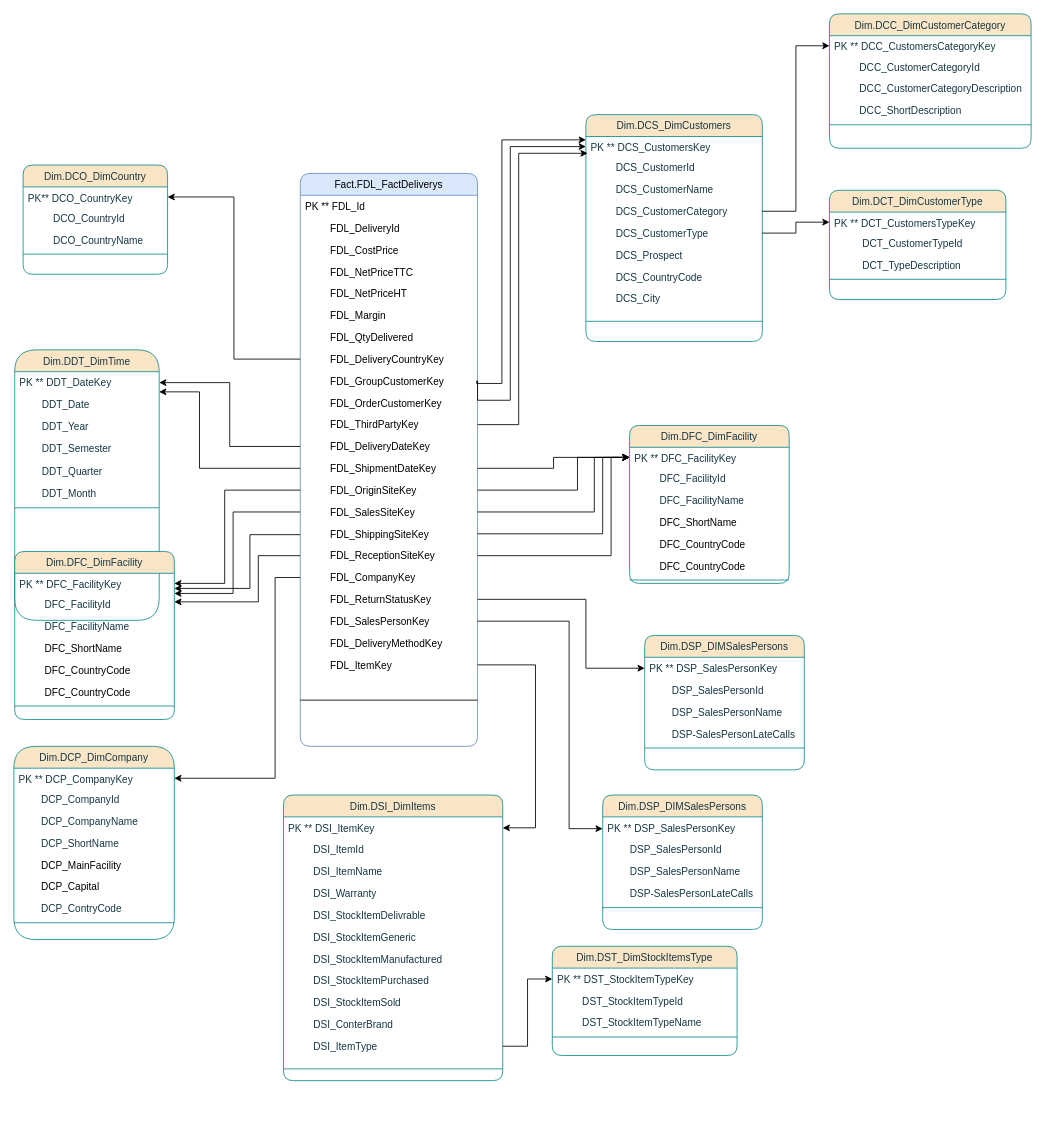
Earlier version of the draw.io diagram DataMart Delivery.drawio (BorchaniMohamed/BI_PROJECT_PFE). Source tidied: cells renumbered, new cells numbered last; positions are measured from the earlier drawing's top-left corner, leaving out a move shared by most shapes. Both pictures are drawn from the tidied source at 84%, with x=0, y=0 at pixel (13, 13).
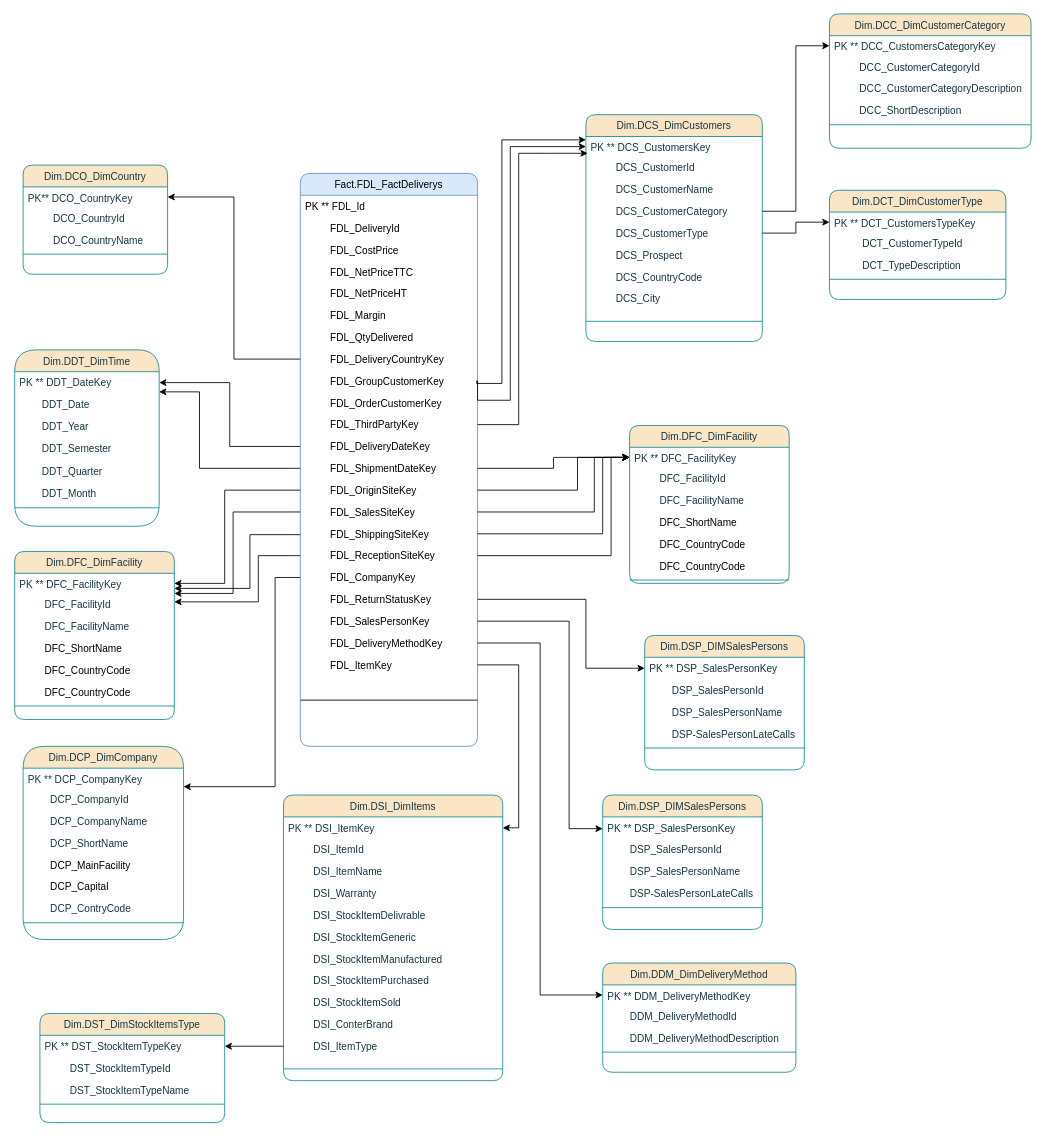
Above is the later version.

Commit message:
Mettre à jour DataMart Delivery.drawio

Unchanged cells that the change refers to:
```xml
<mxCell id="20" value="         FDL_CompanyKey&#10;  " style="text;align=left;verticalAlign=top;spacingLeft=4;spacingRight=4;overflow=hidden;points=[[0,0.5],[1,0.5]];portConstraint=eastwest;rounded=1;shadow=0;html=0;" parent="2" vertex="1">
  <mxGeometry y="468" width="211" height="26" as="geometry" />
</mxCell>
<mxCell id="23" value="         FDL_DeliveryMethodKey&#10;  " style="text;align=left;verticalAlign=top;spacingLeft=4;spacingRight=4;overflow=hidden;points=[[0,0.5],[1,0.5]];portConstraint=eastwest;rounded=1;shadow=0;html=0;" parent="2" vertex="1">
  <mxGeometry y="546" width="211" height="26" as="geometry" />
</mxCell>
<mxCell id="24" value="         FDL_ItemKey " style="text;align=left;verticalAlign=top;spacingLeft=4;spacingRight=4;overflow=hidden;points=[[0,0.5],[1,0.5]];portConstraint=eastwest;rounded=0;shadow=0;html=0;" parent="2" vertex="1">
  <mxGeometry y="572" width="211" height="26" as="geometry" />
</mxCell>
<mxCell id="49" value="PK ** DCP_CompanyKey&#10;" style="text;align=left;verticalAlign=top;spacingLeft=4;spacingRight=4;overflow=hidden;points=[[0,0.5],[1,0.5]];portConstraint=eastwest;labelBackgroundColor=none;fontColor=#143642;rounded=1;" parent="48" vertex="1">
  <mxGeometry y="26" width="191" height="24" as="geometry" />
</mxCell>
<mxCell id="59" value="PK ** DSI_ItemKey" style="text;align=left;verticalAlign=top;spacingLeft=4;spacingRight=4;overflow=hidden;points=[[0,0.5],[1,0.5]];portConstraint=eastwest;labelBackgroundColor=none;fontColor=#143642;rounded=1;" parent="58" vertex="1">
  <mxGeometry y="26" width="261" height="26" as="geometry" />
</mxCell>
```

What changed in the source:
```diff
@@
     <mxCell id="26" value="Dim.DDT_DimTime" style="swimlane;fontStyle=0;align=center;verticalAlign=top;horizontal=1;startSize=26;rounded=1;shadow=0;strokeWidth=1;fillColor=#FAE5C7;strokeColor=#0F8B8D;labelBackgroundColor=none;fontColor=#143642;arcSize=50;" parent="1" vertex="1">
-      <mxGeometry x="1" y="400" width="172" height="322" as="geometry" />
+      <mxGeometry x="1" y="400" width="172" height="210" as="geometry" />
     </mxCell>
@@
     <mxCell id="48" value="Dim.DCP_DimCompany" style="swimlane;fontStyle=0;align=center;verticalAlign=top;horizontal=1;startSize=26;rounded=1;shadow=0;strokeWidth=1;fillColor=#FAE5C7;strokeColor=#0F8B8D;labelBackgroundColor=none;fontColor=#143642;arcSize=40;" parent="1" vertex="1">
-      <mxGeometry y="872" width="191" height="230" as="geometry" />
+      <mxGeometry x="11" y="872" width="191" height="230" as="geometry" />
     </mxCell>
@@
     <mxCell id="57" style="edgeStyle=orthogonalEdgeStyle;rounded=0;jettySize=auto;html=1;" parent="1" edge="1" source="20" target="49">
       <mxGeometry relative="1" as="geometry">
         <Array as="points">
           <mxPoint x="311" y="671" />
-          <mxPoint x="311" y="910" />
+          <mxPoint x="311" y="920" />
         </Array>
       </mxGeometry>
     </mxCell>
@@
     <mxCell id="71" style="edgeStyle=orthogonalEdgeStyle;rounded=0;jettySize=auto;html=1;" parent="1" edge="1" source="24" target="59">
       <mxGeometry relative="1" as="geometry">
         <Array as="points">
-          <mxPoint x="621" y="775" />
-          <mxPoint x="621" y="969" />
+          <mxPoint x="601" y="775" />
+          <mxPoint x="601" y="969" />
         </Array>
       </mxGeometry>
     </mxCell>
     <mxCell id="72" value="Dim.DST_DimStockItemsType" style="swimlane;fontStyle=0;align=center;verticalAlign=top;horizontal=1;startSize=26;rounded=1;shadow=0;strokeWidth=1;fillColor=#FAE5C7;strokeColor=#0F8B8D;labelBackgroundColor=none;fontColor=#143642;" parent="1" vertex="1">
-      <mxGeometry x="641" y="1110" width="220" height="130" as="geometry" />
+      <mxGeometry x="31" y="1190" width="220" height="130" as="geometry" />
     </mxCell>
@@
+    <mxCell id="137" value="Dim.DDM_DimDeliveryMethod" style="swimlane;fontStyle=0;align=center;verticalAlign=top;horizontal=1;startSize=26;rounded=1;shadow=0;strokeWidth=1;fillColor=#FAE5C7;strokeColor=#0F8B8D;labelBackgroundColor=none;fontColor=#143642;" parent="1" vertex="1">
+      <mxGeometry x="701" y="1130" width="230" height="130" as="geometry" />
+    </mxCell>
+    <mxCell id="138" value="PK ** DDM_DeliveryMethodKey" style="text;align=left;verticalAlign=top;spacingLeft=4;spacingRight=4;overflow=hidden;points=[[0,0.5],[1,0.5]];portConstraint=eastwest;labelBackgroundColor=none;fontColor=#143642;rounded=1;" parent="137" vertex="1">
+      <mxGeometry y="26" width="230" height="24" as="geometry" />
+    </mxCell>
+    <mxCell id="139" value="        DDM_DeliveryMethodId" style="text;align=left;verticalAlign=top;spacingLeft=4;spacingRight=4;overflow=hidden;labelBackgroundColor=none;fontColor=#143642;rounded=1;" parent="137" vertex="1">
+      <mxGeometry y="50" width="230" height="26" as="geometry" />
+    </mxCell>
+    <mxCell id="140" value="        DDM_DeliveryMethodDescription" style="text;align=left;verticalAlign=top;spacingLeft=4;spacingRight=4;overflow=hidden;labelBackgroundColor=none;fontColor=#143642;rounded=1;" parent="137" vertex="1">
+      <mxGeometry y="76" width="230" height="26" as="geometry" />
+    </mxCell>
+    <mxCell id="141" style="line;html=1;strokeWidth=1;align=left;verticalAlign=middle;spacingTop=-1;spacingLeft=3;spacingRight=3;labelPosition=right;labelBackgroundColor=none;fillColor=#FAE5C7;strokeColor=#0F8B8D;fontColor=#143642;rounded=1;" parent="137" vertex="1">
+      <mxGeometry y="102" width="230" height="8" as="geometry" />
+    </mxCell>
+    <mxCell id="142" style="edgeStyle=orthogonalEdgeStyle;rounded=0;jettySize=auto;html=1;" parent="1" edge="1" source="23" target="138">
+      <mxGeometry relative="1" as="geometry" />
+    </mxCell>
```
